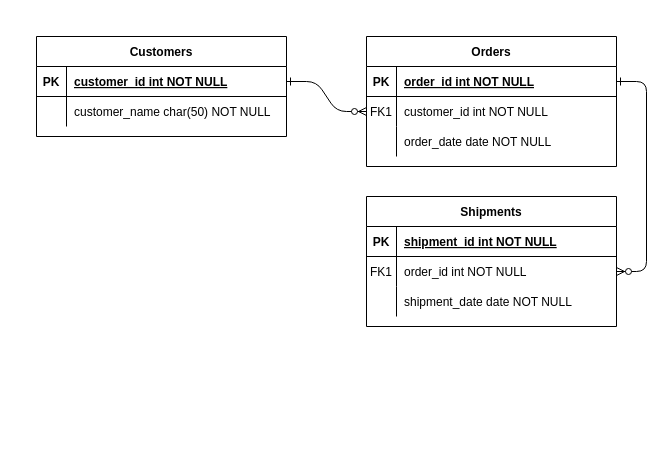
Before: Diagrama MER.drawio in jholiner/Talento_Tech, a draw.io diagram. Source tidied: cells renumbered, new cells numbered last; positions are measured from the earlier drawing's top-left corner, leaving out a move shared by most shapes. Both pictures are drawn from the tidied source at 100%, with x=0, y=0 at pixel (36, 36).
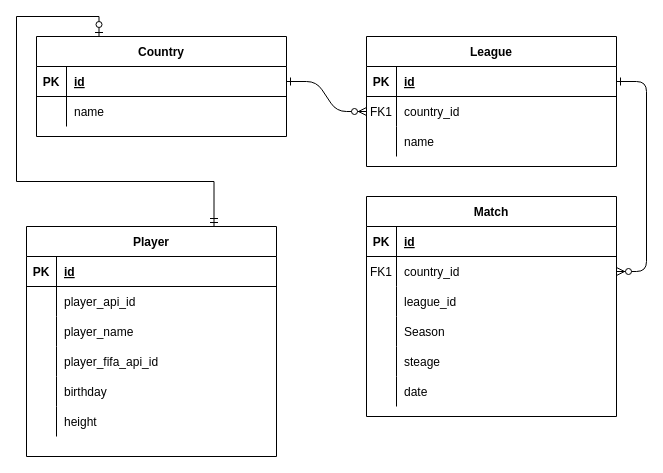
The same diagram, later.

Unchanged cells that the change refers to:
```xml
<mxCell id="5" style="shape=partialRectangle;fillColor=none;points=[[0,0.5],[1,0.5]];portConstraint=eastwest;top=0;left=0;right=0;bottom=1;" parent="4" vertex="1">
  <mxGeometry y="30" width="250" height="30" as="geometry" />
</mxCell>
<mxCell id="8" style="shape=partialRectangle;fillColor=none;points=[[0,0.5],[1,0.5]];portConstraint=eastwest;top=0;left=0;right=0;bottom=0;" parent="4" vertex="1">
  <mxGeometry y="60" width="250" height="30" as="geometry" />
</mxCell>
<mxCell id="11" style="shape=partialRectangle;fillColor=none;top=0;left=0;right=0;bottom=0;" parent="4" vertex="1">
  <mxGeometry y="90" width="250" height="30" as="geometry" />
</mxCell>
<mxCell id="15" style="shape=partialRectangle;fillColor=none;top=0;left=0;right=0;bottom=1;" parent="14" vertex="1">
  <mxGeometry y="30" width="250" height="30" as="geometry" />
</mxCell>
<mxCell id="18" style="shape=partialRectangle;fillColor=none;points=[[0,0.5],[1,0.5]];portConstraint=eastwest;top=0;left=0;right=0;bottom=0;" parent="14" vertex="1">
  <mxGeometry y="60" width="250" height="30" as="geometry" />
</mxCell>
<mxCell id="21" style="shape=partialRectangle;fillColor=none;top=0;left=0;right=0;bottom=0;" parent="14" vertex="1">
  <mxGeometry y="90" width="250" height="30" as="geometry" />
</mxCell>
<mxCell id="25" style="shape=partialRectangle;fillColor=none;points=[[0,0.5],[1,0.5]];portConstraint=eastwest;top=0;left=0;right=0;bottom=1;" parent="24" vertex="1">
  <mxGeometry y="30" width="250" height="30" as="geometry" />
</mxCell>
<mxCell id="28" style="shape=partialRectangle;fillColor=none;top=0;left=0;right=0;bottom=0;" parent="24" vertex="1">
  <mxGeometry y="60" width="250" height="30" as="geometry" />
</mxCell>
```

What changed in the source:
```diff
@@
-    <mxCell id="4" value="Orders" style="shape=table;startSize=30;childLayout=tableLayout;rowLines=0;fontStyle=1;align=center;" parent="1" vertex="1">
+    <mxCell id="4" value="League" style="shape=table;startSize=30;childLayout=tableLayout;rowLines=0;fontStyle=1;align=center;" parent="1" vertex="1">
       <mxGeometry x="330" width="250" height="130" as="geometry" />
     </mxCell>
@@
-    <mxCell id="7" value="order_id int NOT NULL " style="shape=partialRectangle;overflow=hidden;fillColor=none;top=0;left=0;bottom=0;right=0;align=left;spacingLeft=6;fontStyle=5;" parent="5" vertex="1">
+    <mxCell id="7" value="id" style="shape=partialRectangle;overflow=hidden;fillColor=none;top=0;left=0;bottom=0;right=0;align=left;spacingLeft=6;fontStyle=5;" parent="5" vertex="1">
       <mxGeometry x="30" width="220" height="30" as="geometry" />
     </mxCell>
@@
-    <mxCell id="10" value="customer_id int NOT NULL" style="shape=partialRectangle;overflow=hidden;fillColor=none;top=0;left=0;bottom=0;right=0;align=left;spacingLeft=6;" parent="8" vertex="1">
+    <mxCell id="10" value="country_id" style="shape=partialRectangle;overflow=hidden;fillColor=none;top=0;left=0;bottom=0;right=0;align=left;spacingLeft=6;" parent="8" vertex="1">
       <mxGeometry x="30" width="220" height="30" as="geometry" />
     </mxCell>
@@
-    <mxCell id="13" value="order_date date NOT NULL" style="shape=partialRectangle;overflow=hidden;fillColor=none;top=0;left=0;bottom=0;right=0;align=left;spacingLeft=6;" parent="11" vertex="1">
+    <mxCell id="13" value="name" style="shape=partialRectangle;overflow=hidden;fillColor=none;top=0;left=0;bottom=0;right=0;align=left;spacingLeft=6;" parent="11" vertex="1">
       <mxGeometry x="30" width="220" height="30" as="geometry" />
     </mxCell>
-    <mxCell id="14" value="Shipments" style="shape=table;startSize=30;childLayout=tableLayout;rowLines=0;fontStyle=1;align=center;" parent="1" vertex="1">
-      <mxGeometry x="330" y="160" width="250" height="130" as="geometry" />
+    <mxCell id="14" value="Match" style="shape=table;startSize=30;childLayout=tableLayout;rowLines=0;fontStyle=1;align=center;" parent="1" vertex="1">
+      <mxGeometry x="330" y="160" width="250" height="220" as="geometry" />
     </mxCell>
@@
-    <mxCell id="17" value="shipment_id int NOT NULL " style="shape=partialRectangle;overflow=hidden;fillColor=none;top=0;left=0;bottom=0;right=0;align=left;spacingLeft=6;fontStyle=5;" parent="15" vertex="1">
+    <mxCell id="17" value="id" style="shape=partialRectangle;overflow=hidden;fillColor=none;top=0;left=0;bottom=0;right=0;align=left;spacingLeft=6;fontStyle=5;" parent="15" vertex="1">
       <mxGeometry x="30" width="220" height="30" as="geometry" />
     </mxCell>
@@
-    <mxCell id="20" value="order_id int NOT NULL" style="shape=partialRectangle;overflow=hidden;fillColor=none;top=0;left=0;bottom=0;right=0;align=left;spacingLeft=6;" parent="18" vertex="1">
+    <mxCell id="20" value="country_id" style="shape=partialRectangle;overflow=hidden;fillColor=none;top=0;left=0;bottom=0;right=0;align=left;spacingLeft=6;" parent="18" vertex="1">
       <mxGeometry x="30" width="220" height="30" as="geometry" />
     </mxCell>
@@
-    <mxCell id="23" value="shipment_date date NOT NULL" style="shape=partialRectangle;overflow=hidden;fillColor=none;top=0;left=0;bottom=0;right=0;align=left;spacingLeft=6;" parent="21" vertex="1">
+    <mxCell id="23" value="league_id" style="shape=partialRectangle;overflow=hidden;fillColor=none;top=0;left=0;bottom=0;right=0;align=left;spacingLeft=6;" parent="21" vertex="1">
       <mxGeometry x="30" width="220" height="30" as="geometry" />
     </mxCell>
+    <mxCell id="31" style="shape=partialRectangle;fillColor=none;top=0;left=0;right=0;bottom=0;" parent="14" vertex="1">
+      <mxGeometry y="120" width="250" height="30" as="geometry" />
+    </mxCell>
+    <mxCell id="32" style="shape=partialRectangle;overflow=hidden;fillColor=none;top=0;left=0;bottom=0;right=0;" parent="31" vertex="1">
+      <mxGeometry width="30" height="30" as="geometry" />
+    </mxCell>
+    <mxCell id="33" value="Season" style="shape=partialRectangle;overflow=hidden;fillColor=none;top=0;left=0;bottom=0;right=0;align=left;spacingLeft=6;" parent="31" vertex="1">
+      <mxGeometry x="30" width="220" height="30" as="geometry" />
+    </mxCell>
+    <mxCell id="34" style="shape=partialRectangle;fillColor=none;top=0;left=0;right=0;bottom=0;" parent="14" vertex="1">
+      <mxGeometry y="150" width="250" height="30" as="geometry" />
+    </mxCell>
+    <mxCell id="35" style="shape=partialRectangle;overflow=hidden;fillColor=none;top=0;left=0;bottom=0;right=0;" parent="34" vertex="1">
+      <mxGeometry width="30" height="30" as="geometry" />
+    </mxCell>
+    <mxCell id="36" value="steage" style="shape=partialRectangle;overflow=hidden;fillColor=none;top=0;left=0;bottom=0;right=0;align=left;spacingLeft=6;" parent="34" vertex="1">
+      <mxGeometry x="30" width="220" height="30" as="geometry" />
+    </mxCell>
+    <mxCell id="37" style="shape=partialRectangle;fillColor=none;top=0;left=0;right=0;bottom=0;" parent="14" vertex="1">
+      <mxGeometry y="180" width="250" height="30" as="geometry" />
+    </mxCell>
+    <mxCell id="38" style="shape=partialRectangle;overflow=hidden;fillColor=none;top=0;left=0;bottom=0;right=0;" parent="37" vertex="1">
+      <mxGeometry width="30" height="30" as="geometry" />
+    </mxCell>
+    <mxCell id="39" value="date" style="shape=partialRectangle;overflow=hidden;fillColor=none;top=0;left=0;bottom=0;right=0;align=left;spacingLeft=6;" parent="37" vertex="1">
+      <mxGeometry x="30" width="220" height="30" as="geometry" />
+    </mxCell>
-    <mxCell id="24" value="Customers" style="shape=table;startSize=30;childLayout=tableLayout;rowLines=0;fontStyle=1;align=center;" parent="1" vertex="1">
+    <mxCell id="24" value="Country" style="shape=table;startSize=30;childLayout=tableLayout;rowLines=0;fontStyle=1;align=center;" parent="1" vertex="1">
       <mxGeometry width="250" height="100" as="geometry" />
     </mxCell>
@@
-    <mxCell id="27" value="customer_id int NOT NULL " style="shape=partialRectangle;overflow=hidden;fillColor=none;top=0;left=0;bottom=0;right=0;align=left;spacingLeft=6;fontStyle=5;" parent="25" vertex="1">
+    <mxCell id="27" value="id" style="shape=partialRectangle;overflow=hidden;fillColor=none;top=0;left=0;bottom=0;right=0;align=left;spacingLeft=6;fontStyle=5;" parent="25" vertex="1">
       <mxGeometry x="30" width="220" height="30" as="geometry" />
     </mxCell>
@@
-    <mxCell id="30" value="customer_name char(50) NOT NULL" style="shape=partialRectangle;overflow=hidden;fillColor=none;top=0;left=0;bottom=0;right=0;align=left;spacingLeft=6;" parent="28" vertex="1">
+    <mxCell id="30" value="name" style="shape=partialRectangle;overflow=hidden;fillColor=none;top=0;left=0;bottom=0;right=0;align=left;spacingLeft=6;" parent="28" vertex="1">
       <mxGeometry x="30" width="220" height="30" as="geometry" />
     </mxCell>
+    <mxCell id="40" style="edgeStyle=orthogonalEdgeStyle;rounded=0;jettySize=auto;html=1;exitX=0.75;exitY=0;exitDx=0;exitDy=0;entryX=0.25;entryY=0;entryDx=0;entryDy=0;endArrow=ERzeroToOne;endFill=0;startArrow=ERmandOne;startFill=0;" parent="1" edge="1" source="41" target="24">
+      <mxGeometry relative="1" as="geometry" />
+    </mxCell>
+    <mxCell id="41" value="Player" style="shape=table;startSize=30;childLayout=tableLayout;rowLines=0;fontStyle=1;align=center;" parent="1" vertex="1">
+      <mxGeometry x="-10" y="190" width="250" height="230" as="geometry" />
+    </mxCell>
+    <mxCell id="42" style="shape=partialRectangle;fillColor=none;top=0;left=0;right=0;bottom=1;" parent="41" vertex="1">
+      <mxGeometry y="30" width="250" height="30" as="geometry" />
+    </mxCell>
+    <mxCell id="43" value="PK" style="shape=partialRectangle;overflow=hidden;fillColor=none;top=0;left=0;bottom=0;right=0;fontStyle=1;" parent="42" vertex="1">
+      <mxGeometry width="30" height="30" as="geometry" />
+    </mxCell>
+    <mxCell id="44" value="id" style="shape=partialRectangle;overflow=hidden;fillColor=none;top=0;left=0;bottom=0;right=0;align=left;spacingLeft=6;fontStyle=5;" parent="42" vertex="1">
+      <mxGeometry x="30" width="220" height="30" as="geometry" />
+    </mxCell>
+    <mxCell id="45" style="shape=partialRectangle;fillColor=none;top=0;left=0;right=0;bottom=0;" parent="41" vertex="1">
+      <mxGeometry y="60" width="250" height="30" as="geometry" />
+    </mxCell>
+    <mxCell id="46" style="shape=partialRectangle;overflow=hidden;fillColor=none;top=0;left=0;bottom=0;right=0;" parent="45" vertex="1">
+      <mxGeometry width="30" height="30" as="geometry" />
+    </mxCell>
+    <mxCell id="47" value="player_api_id" style="shape=partialRectangle;overflow=hidden;fillColor=none;top=0;left=0;bottom=0;right=0;align=left;spacingLeft=6;" parent="45" vertex="1">
+      <mxGeometry x="30" width="220" height="30" as="geometry" />
+    </mxCell>
+    <mxCell id="48" style="shape=partialRectangle;fillColor=none;top=0;left=0;right=0;bottom=0;" parent="41" vertex="1">
+      <mxGeometry y="90" width="250" height="30" as="geometry" />
+    </mxCell>
+    <mxCell id="49" style="shape=partialRectangle;overflow=hidden;fillColor=none;top=0;left=0;bottom=0;right=0;" parent="48" vertex="1">
+      <mxGeometry width="30" height="30" as="geometry" />
+    </mxCell>
+    <mxCell id="50" value="player_name" style="shape=partialRectangle;overflow=hidden;fillColor=none;top=0;left=0;bottom=0;right=0;align=left;spacingLeft=6;" parent="48" vertex="1">
+      <mxGeometry x="30" width="220" height="30" as="geometry" />
+    </mxCell>
+    <mxCell id="51" style="shape=partialRectangle;fillColor=none;top=0;left=0;right=0;bottom=0;" parent="41" vertex="1">
+      <mxGeometry y="120" width="250" height="30" as="geometry" />
+    </mxCell>
+    <mxCell id="52" style="shape=partialRectangle;overflow=hidden;fillColor=none;top=0;left=0;bottom=0;right=0;" parent="51" vertex="1">
+      <mxGeometry width="30" height="30" as="geometry" />
+    </mxCell>
+    <mxCell id="53" value="player_fifa_api_id" style="shape=partialRectangle;overflow=hidden;fillColor=none;top=0;left=0;bottom=0;right=0;align=left;spacingLeft=6;" parent="51" vertex="1">
+      <mxGeometry x="30" width="220" height="30" as="geometry" />
+    </mxCell>
+    <mxCell id="54" style="shape=partialRectangle;fillColor=none;top=0;left=0;right=0;bottom=0;" parent="41" vertex="1">
+      <mxGeometry y="150" width="250" height="30" as="geometry" />
+    </mxCell>
+    <mxCell id="55" style="shape=partialRectangle;overflow=hidden;fillColor=none;top=0;left=0;bottom=0;right=0;" parent="54" vertex="1">
+      <mxGeometry width="30" height="30" as="geometry" />
+    </mxCell>
+    <mxCell id="56" value="birthday" style="shape=partialRectangle;overflow=hidden;fillColor=none;top=0;left=0;bottom=0;right=0;align=left;spacingLeft=6;" parent="54" vertex="1">
+      <mxGeometry x="30" width="220" height="30" as="geometry" />
+    </mxCell>
+    <mxCell id="57" style="shape=partialRectangle;fillColor=none;top=0;left=0;right=0;bottom=0;" parent="41" vertex="1">
+      <mxGeometry y="180" width="250" height="30" as="geometry" />
+    </mxCell>
+    <mxCell id="58" style="shape=partialRectangle;overflow=hidden;fillColor=none;top=0;left=0;bottom=0;right=0;" parent="57" vertex="1">
+      <mxGeometry width="30" height="30" as="geometry" />
+    </mxCell>
+    <mxCell id="59" value="height" style="shape=partialRectangle;overflow=hidden;fillColor=none;top=0;left=0;bottom=0;right=0;align=left;spacingLeft=6;" parent="57" vertex="1">
+      <mxGeometry x="30" width="220" height="30" as="geometry" />
+    </mxCell>
```
